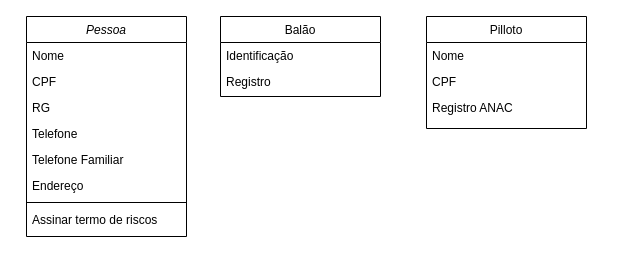
The draw.io diagram Balonismo.drawio in Nicollas3c/Balonismo, before the edit. Source tidied: cells renumbered, new cells numbered last; positions are measured from the earlier drawing's top-left corner, leaving out a move shared by most shapes. Both pictures are drawn from the tidied source at 100%, with x=0, y=0 at pixel (26, 16).
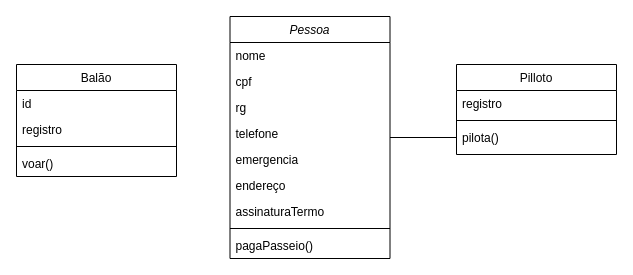
Above is the later version.

What changed in the source:
```diff
@@
+    <mxCell id="18" style="rounded=0;jettySize=auto;html=1;edgeStyle=orthogonalEdgeStyle;endArrow=none;endFill=0;" parent="1" edge="1" source="2" target="22">
+      <mxGeometry relative="1" as="geometry" />
+    </mxCell>
     <mxCell id="2" value="Pessoa" style="swimlane;fontStyle=2;align=center;verticalAlign=top;horizontal=1;startSize=26;rounded=0;shadow=0;strokeWidth=1;" parent="1" vertex="1">
-      <mxGeometry width="160" height="220" as="geometry" />
+      <mxGeometry x="203.5" width="160" height="242" as="geometry" />
     </mxCell>
-    <mxCell id="3" value="Nome" style="text;align=left;verticalAlign=top;spacingLeft=4;spacingRight=4;overflow=hidden;" parent="2" vertex="1">
+    <mxCell id="3" value="nome" style="text;align=left;verticalAlign=top;spacingLeft=4;spacingRight=4;overflow=hidden;" parent="2" vertex="1">
       <mxGeometry y="26" width="160" height="26" as="geometry" />
     </mxCell>
-    <mxCell id="4" value="CPF" style="text;align=left;verticalAlign=top;spacingLeft=4;spacingRight=4;overflow=hidden;rounded=0;shadow=0;html=0;" parent="2" vertex="1">
+    <mxCell id="4" value="cpf" style="text;align=left;verticalAlign=top;spacingLeft=4;spacingRight=4;overflow=hidden;rounded=0;shadow=0;html=0;" parent="2" vertex="1">
       <mxGeometry y="52" width="160" height="26" as="geometry" />
     </mxCell>
-    <mxCell id="5" value="RG" style="text;align=left;verticalAlign=top;spacingLeft=4;spacingRight=4;overflow=hidden;rounded=0;shadow=0;html=0;" parent="2" vertex="1">
+    <mxCell id="5" value="rg" style="text;align=left;verticalAlign=top;spacingLeft=4;spacingRight=4;overflow=hidden;rounded=0;shadow=0;html=0;" parent="2" vertex="1">
       <mxGeometry y="78" width="160" height="26" as="geometry" />
     </mxCell>
-    <mxCell id="6" value="Telefone" style="text;align=left;verticalAlign=top;spacingLeft=4;spacingRight=4;overflow=hidden;rounded=0;shadow=0;html=0;" parent="2" vertex="1">
+    <mxCell id="6" value="telefone" style="text;align=left;verticalAlign=top;spacingLeft=4;spacingRight=4;overflow=hidden;rounded=0;shadow=0;html=0;" parent="2" vertex="1">
       <mxGeometry y="104" width="160" height="26" as="geometry" />
     </mxCell>
-    <mxCell id="7" value="Telefone Familiar" style="text;align=left;verticalAlign=top;spacingLeft=4;spacingRight=4;overflow=hidden;rounded=0;shadow=0;html=0;" parent="2" vertex="1">
+    <mxCell id="7" value="emergencia" style="text;align=left;verticalAlign=top;spacingLeft=4;spacingRight=4;overflow=hidden;rounded=0;shadow=0;html=0;" parent="2" vertex="1">
       <mxGeometry y="130" width="160" height="26" as="geometry" />
     </mxCell>
-    <mxCell id="8" value="Endereço" style="text;align=left;verticalAlign=top;spacingLeft=4;spacingRight=4;overflow=hidden;rounded=0;shadow=0;html=0;" parent="2" vertex="1">
+    <mxCell id="8" value="endereço" style="text;align=left;verticalAlign=top;spacingLeft=4;spacingRight=4;overflow=hidden;rounded=0;shadow=0;html=0;" parent="2" vertex="1">
       <mxGeometry y="156" width="160" height="26" as="geometry" />
     </mxCell>
+    <mxCell id="19" value="assinaturaTermo" style="text;align=left;verticalAlign=top;spacingLeft=4;spacingRight=4;overflow=hidden;rounded=0;shadow=0;html=0;" parent="2" vertex="1">
+      <mxGeometry y="182" width="160" height="26" as="geometry" />
+    </mxCell>
     <mxCell id="9" style="line;html=1;strokeWidth=1;align=left;verticalAlign=middle;spacingTop=-1;spacingLeft=3;spacingRight=3;labelPosition=right;" parent="2" vertex="1">
-      <mxGeometry y="182" width="160" height="8" as="geometry" />
+      <mxGeometry y="208" width="160" height="8" as="geometry" />
     </mxCell>
-    <mxCell id="10" value="Assinar termo de riscos" style="text;align=left;verticalAlign=top;spacingLeft=4;spacingRight=4;overflow=hidden;" parent="2" vertex="1">
-      <mxGeometry y="190" width="160" height="24" as="geometry" />
-    </mxCell>
+    <mxCell id="20" value="pagaPasseio()" style="text;align=left;verticalAlign=top;spacingLeft=4;spacingRight=4;overflow=hidden;rounded=0;shadow=0;html=0;" parent="2" vertex="1">
+      <mxGeometry y="216" width="160" height="26" as="geometry" />
+    </mxCell>
     <mxCell id="11" value="Pilloto" style="swimlane;fontStyle=0;align=center;verticalAlign=top;horizontal=1;startSize=26;rounded=0;shadow=0;strokeWidth=1;" parent="1" vertex="1">
-      <mxGeometry x="400" width="160" height="112" as="geometry" />
+      <mxGeometry x="430" y="48" width="160" height="90" as="geometry" />
     </mxCell>
-    <mxCell id="12" value="Nome" style="text;align=left;verticalAlign=top;spacingLeft=4;spacingRight=4;overflow=hidden;" parent="11" vertex="1">
-      <mxGeometry y="26" width="160" height="26" as="geometry" />
-    </mxCell>
-    <mxCell id="13" value="CPF" style="text;align=left;verticalAlign=top;spacingLeft=4;spacingRight=4;overflow=hidden;" parent="11" vertex="1">
-      <mxGeometry y="52" width="160" height="26" as="geometry" />
-    </mxCell>
-    <mxCell id="14" value="Registro ANAC" style="text;align=left;verticalAlign=top;spacingLeft=4;spacingRight=4;overflow=hidden;" parent="11" vertex="1">
-      <mxGeometry y="78" width="160" height="26" as="geometry" />
+    <mxCell id="14" value="registro" style="text;align=left;verticalAlign=top;spacingLeft=4;spacingRight=4;overflow=hidden;" parent="11" vertex="1">
+      <mxGeometry y="26" width="160" height="26" as="geometry" />
     </mxCell>
+    <mxCell id="21" style="line;html=1;strokeWidth=1;align=left;verticalAlign=middle;spacingTop=-1;spacingLeft=3;spacingRight=3;labelPosition=right;" parent="11" vertex="1">
+      <mxGeometry y="52" width="160" height="8" as="geometry" />
+    </mxCell>
+    <mxCell id="22" value="pilota()" style="text;align=left;verticalAlign=top;spacingLeft=4;spacingRight=4;overflow=hidden;points=[[0,0.5],[1,0.5]];portConstraint=eastwest;" parent="11" vertex="1">
+      <mxGeometry y="60" width="160" height="26" as="geometry" />
+    </mxCell>
     <mxCell id="15" value="Balão" style="swimlane;fontStyle=0;align=center;verticalAlign=top;horizontal=1;startSize=26;rounded=0;shadow=0;strokeWidth=1;" parent="1" vertex="1">
-      <mxGeometry x="194" width="160" height="80" as="geometry" />
+      <mxGeometry x="-10" y="48" width="160" height="112" as="geometry" />
     </mxCell>
-    <mxCell id="16" value="Identificação" style="text;align=left;verticalAlign=top;spacingLeft=4;spacingRight=4;overflow=hidden;" parent="15" vertex="1">
+    <mxCell id="16" value="id" style="text;align=left;verticalAlign=top;spacingLeft=4;spacingRight=4;overflow=hidden;" parent="15" vertex="1">
       <mxGeometry y="26" width="160" height="26" as="geometry" />
     </mxCell>
-    <mxCell id="17" value="Registro" style="text;align=left;verticalAlign=top;spacingLeft=4;spacingRight=4;overflow=hidden;rounded=0;shadow=0;html=0;" parent="15" vertex="1">
+    <mxCell id="17" value="registro" style="text;align=left;verticalAlign=top;spacingLeft=4;spacingRight=4;overflow=hidden;rounded=0;shadow=0;html=0;" parent="15" vertex="1">
       <mxGeometry y="52" width="160" height="26" as="geometry" />
     </mxCell>
+    <mxCell id="23" style="line;html=1;strokeWidth=1;align=left;verticalAlign=middle;spacingTop=-1;spacingLeft=3;spacingRight=3;labelPosition=right;" parent="15" vertex="1">
+      <mxGeometry y="78" width="160" height="8" as="geometry" />
+    </mxCell>
+    <mxCell id="24" value="voar()" style="text;align=left;verticalAlign=top;spacingLeft=4;spacingRight=4;overflow=hidden;rounded=0;shadow=0;html=0;" parent="15" vertex="1">
+      <mxGeometry y="86" width="160" height="26" as="geometry" />
+    </mxCell>
```
